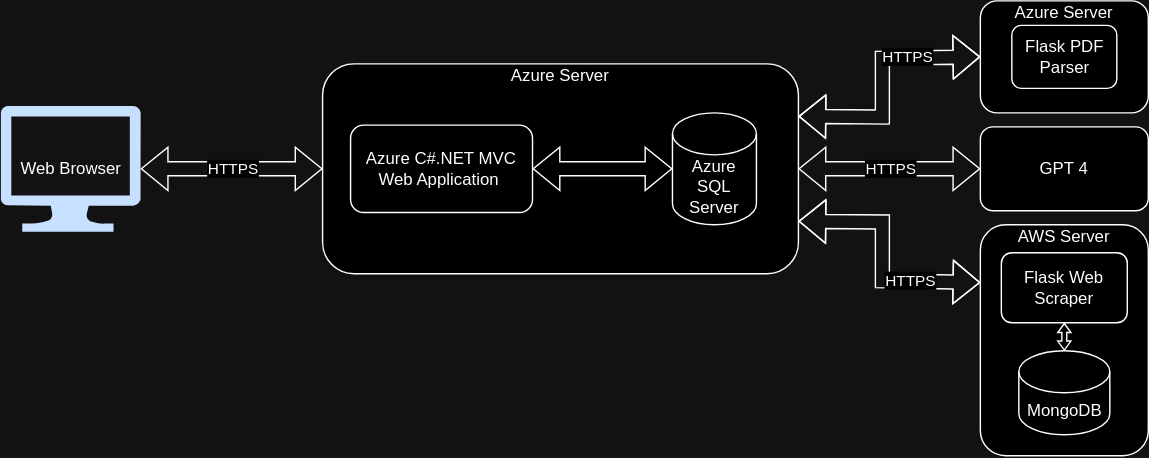
Above: TeamDocuments/ProjectInfo/Resources/Models/CharpSpark_Initial_Architecture_Diagram.drawio.svg in Coder-Andrew/CharpSpark (draw.io), before the change. Source tidied: cells renumbered, new cells last; positions are measured from the earlier drawing's top-left corner, leaving out a move shared by most shapes.
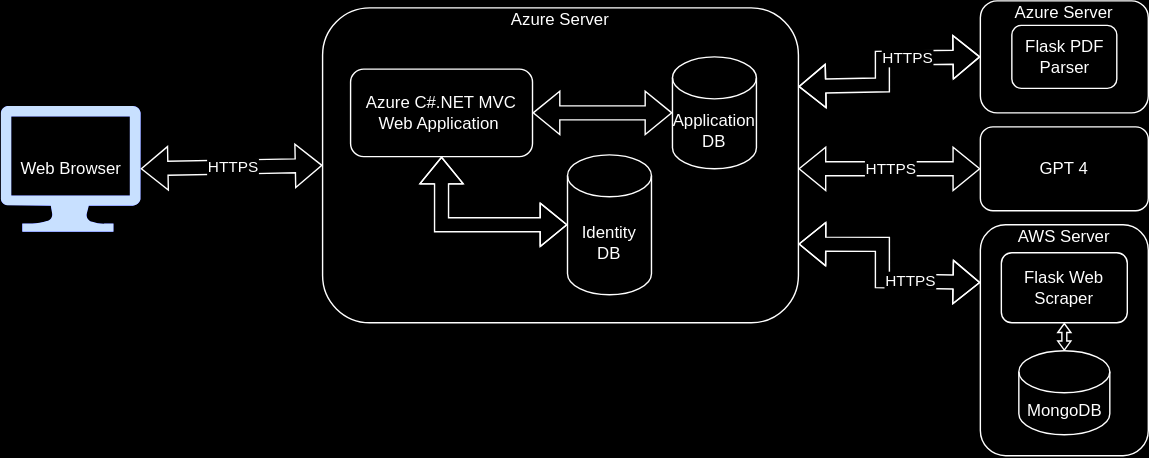
Later version of the same file.

Commit message:
Update Architecture Diagram

Diff of the diagram source:
```diff
@@ -3,10 +3,10 @@
     <mxCell id="0" />
     <mxCell id="1" parent="0" />
     <mxCell id="2" value="Azure&amp;nbsp;Server" style="rounded=1;whiteSpace=wrap;html=1;labelPosition=center;verticalLabelPosition=top;align=center;verticalAlign=bottom;spacingBottom=-18;" parent="1" vertex="1">
-      <mxGeometry x="230" y="45" width="340" height="150" as="geometry" />
+      <mxGeometry x="230" y="5" width="340" height="225" as="geometry" />
     </mxCell>
-    <mxCell id="3" value="Azure SQL Server" style="shape=cylinder3;whiteSpace=wrap;html=1;boundedLbl=1;backgroundOutline=1;size=15;" parent="1" vertex="1">
-      <mxGeometry x="480" y="80" width="60" height="80" as="geometry" />
+    <mxCell id="3" value="Application DB" style="shape=cylinder3;whiteSpace=wrap;html=1;boundedLbl=1;backgroundOutline=1;size=15;" parent="1" vertex="1">
+      <mxGeometry x="480" y="40" width="60" height="80" as="geometry" />
     </mxCell>
     <mxCell id="4" style="shape=flexArrow;endArrow=classic;startArrow=classic;html=1;rounded=0;entryX=0;entryY=0.5;entryDx=0;entryDy=0;" parent="1" edge="1" target="2">
       <mxGeometry relative="1" as="geometry">
@@ -25,10 +25,12 @@
       <mxGeometry relative="1" as="geometry" />
     </mxCell>
     <mxCell id="8" value="Azure C#.NET MVC Web Application&amp;nbsp;" style="rounded=1;whiteSpace=wrap;html=1;" parent="1" vertex="1">
-      <mxGeometry x="250" y="88.8" width="130" height="62.5" as="geometry" />
+      <mxGeometry x="250" y="48.8" width="130" height="62.5" as="geometry" />
     </mxCell>
-    <mxCell id="9" style="shape=flexArrow;endArrow=classic;startArrow=classic;html=1;rounded=0;exitX=1;exitY=0.5;exitDx=0;exitDy=0;entryX=0;entryY=0.5;entryDx=0;entryDy=0;" parent="1" edge="1" source="2" target="11">
-      <mxGeometry relative="1" as="geometry" />
+    <mxCell id="9" style="shape=flexArrow;endArrow=classic;startArrow=classic;html=1;rounded=0;entryX=0;entryY=0.5;entryDx=0;entryDy=0;" parent="1" edge="1" target="11">
+      <mxGeometry relative="1" as="geometry">
+        <mxPoint x="570" y="120" as="sourcePoint" />
+      </mxGeometry>
     </mxCell>
     <mxCell id="10" value="HTTPS" style="edgeLabel;html=1;align=center;verticalAlign=middle;" parent="9" vertex="1">
       <mxGeometry x="-0.13" y="1" relative="1" as="geometry">
@@ -41,14 +43,14 @@
     <mxCell id="12" style="shape=flexArrow;endArrow=classic;startArrow=classic;html=1;rounded=0;exitX=1;exitY=0.75;exitDx=0;exitDy=0;entryX=0;entryY=0.25;entryDx=0;entryDy=0;" parent="1" edge="1" source="2" target="14">
       <mxGeometry relative="1" as="geometry">
         <Array as="points">
-          <mxPoint x="630" y="158" />
+          <mxPoint x="630" y="174" />
           <mxPoint x="630" y="200" />
         </Array>
       </mxGeometry>
     </mxCell>
     <mxCell id="13" value="HTTPS" style="edgeLabel;html=1;align=center;verticalAlign=middle;" parent="12" vertex="1">
       <mxGeometry x="-0.13" y="1" relative="1" as="geometry">
-        <mxPoint x="19" y="27" as="offset" />
+        <mxPoint x="19" y="18" as="offset" />
       </mxGeometry>
     </mxCell>
     <mxCell id="14" value="AWS Server" style="rounded=1;whiteSpace=wrap;html=1;labelPosition=center;verticalLabelPosition=top;align=center;verticalAlign=bottom;spacingBottom=-18;" parent="1" vertex="1">
@@ -67,14 +69,14 @@
       <mxGeometry relative="1" as="geometry">
         <mxPoint x="700" y="40" as="targetPoint" />
         <Array as="points">
-          <mxPoint x="630" y="83" />
+          <mxPoint x="630" y="60" />
           <mxPoint x="630" y="41" />
         </Array>
       </mxGeometry>
     </mxCell>
     <mxCell id="19" value="HTTPS" style="edgeLabel;html=1;align=center;verticalAlign=middle;" parent="18" vertex="1">
       <mxGeometry x="-0.13" y="1" relative="1" as="geometry">
-        <mxPoint x="19" y="-28" as="offset" />
+        <mxPoint x="19" y="-15" as="offset" />
       </mxGeometry>
     </mxCell>
     <mxCell id="20" value="Azure Server" style="rounded=1;whiteSpace=wrap;html=1;labelPosition=center;verticalLabelPosition=top;align=center;verticalAlign=bottom;spacingBottom=-18;" parent="1" vertex="1">
@@ -83,5 +85,15 @@
     <mxCell id="21" value="Flask PDF Parser" style="rounded=1;whiteSpace=wrap;html=1;" parent="1" vertex="1">
       <mxGeometry x="722.5" y="17.5" width="75" height="45" as="geometry" />
     </mxCell>
+    <mxCell id="22" value="Identity DB" style="shape=cylinder3;whiteSpace=wrap;html=1;boundedLbl=1;backgroundOutline=1;size=15;" parent="1" vertex="1">
+      <mxGeometry x="405" y="110" width="60" height="100" as="geometry" />
+    </mxCell>
+    <mxCell id="23" style="shape=flexArrow;endArrow=classic;startArrow=classic;html=1;rounded=0;entryX=0;entryY=0.5;entryDx=0;entryDy=0;exitX=0.5;exitY=1;exitDx=0;exitDy=0;entryPerimeter=0;" parent="1" edge="1" source="8" target="22">
+      <mxGeometry relative="1" as="geometry">
+        <Array as="points">
+          <mxPoint x="315" y="160" />
+        </Array>
+      </mxGeometry>
+    </mxCell>
   </root>
 </mxGraphModel>
```
